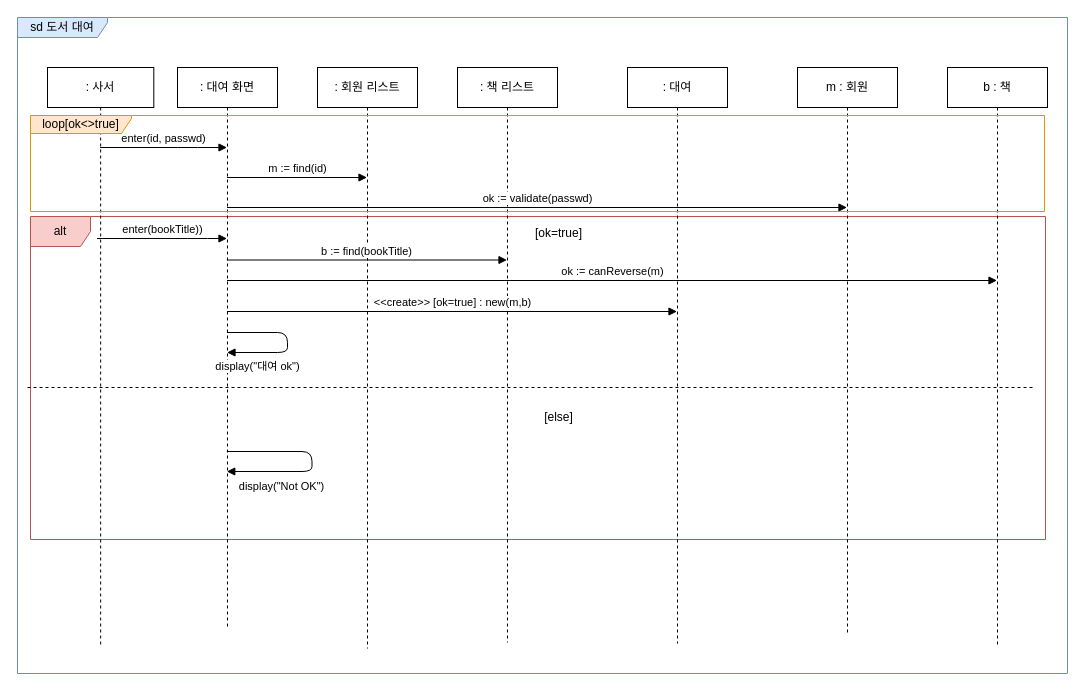
yonghwankim-dev/DesignPattern keeps this draw.io diagram as DesignPattern/src/chapter04_디자인패턴/img/sd-diagram-frame-alt.drawio. Above is the earlier version. Source tidied: cells renumbered, new cells numbered last; positions are measured from the earlier drawing's top-left corner, leaving out a move shared by most shapes. Both pictures are drawn from the tidied source at 100%, with x=0, y=0 at pixel (17, 17).
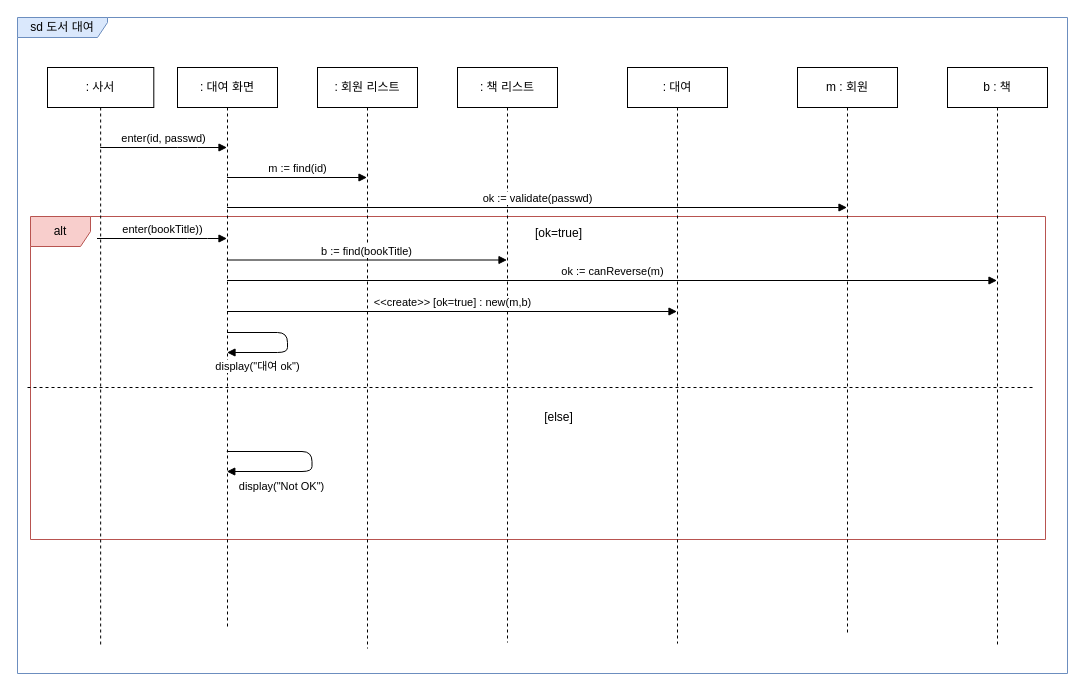
The same page after the edit.

The edit, as a diff of the source:
```diff
@@
-    <mxCell id="23" value="loop[ok&amp;lt;&amp;gt;true]" style="shape=umlFrame;whiteSpace=wrap;html=1;fillColor=#ffe6cc;strokeColor=#d79b00;width=101;height=18;" parent="1" vertex="1">
-      <mxGeometry x="13" y="98" width="1014" height="96" as="geometry" />
-    </mxCell>
```
